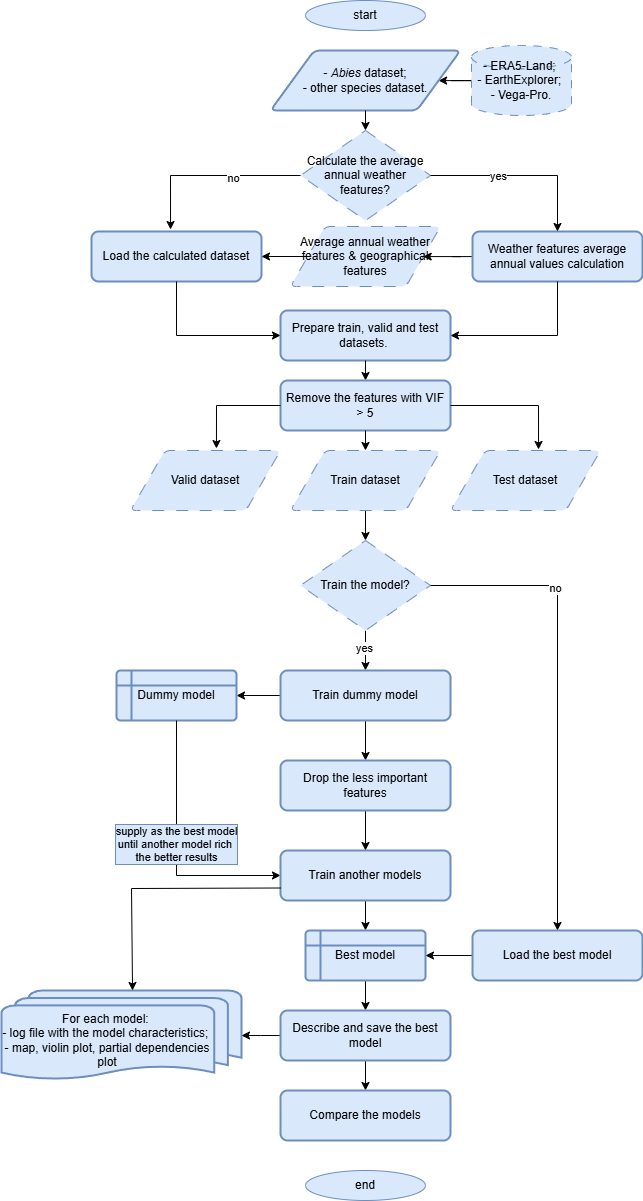
SawerBeetle/abies_area_modelling keeps this draw.io diagram as pipeline_current_area.drawio.png. Above is the earlier version. Source tidied: cells renumbered, new cells last; positions are measured from the earlier drawing's top-left corner, leaving out a move shared by most shapes.
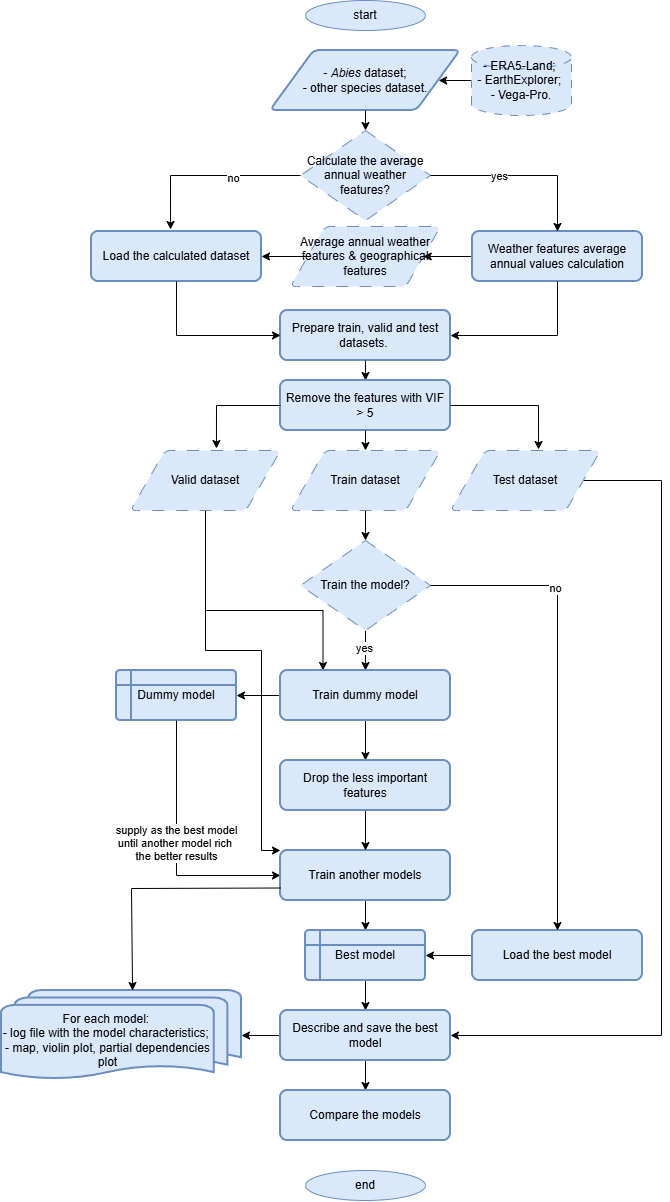
After the commit.

What changed in the source:
```diff
@@ -78,6 +78,14 @@
     <mxCell id="21" value="Remove the features with VIF &amp;gt; 5" style="rounded=1;whiteSpace=wrap;html=1;absoluteArcSize=1;arcSize=14;strokeWidth=2;fillColor=#dae8fc;strokeColor=#6c8ebf;" parent="1" vertex="1">
       <mxGeometry x="279" y="380" width="170" height="50" as="geometry" />
     </mxCell>
+    <mxCell id="55" style="edgeStyle=orthogonalEdgeStyle;rounded=0;jettySize=auto;html=1;entryX=1;entryY=0.5;entryDx=0;entryDy=0;" parent="1" edge="1" source="22" target="52">
+      <mxGeometry relative="1" as="geometry">
+        <Array as="points">
+          <mxPoint x="660" y="480" />
+          <mxPoint x="660" y="1035" />
+        </Array>
+      </mxGeometry>
+    </mxCell>
     <mxCell id="22" value="Test dataset" style="shape=parallelogram;html=1;strokeWidth=1;perimeter=parallelogramPerimeter;whiteSpace=wrap;rounded=1;arcSize=12;size=0.23;fillColor=#dae8fc;strokeColor=#6c8ebf;dashed=1;dashPattern=12 12;" parent="1" vertex="1">
       <mxGeometry x="449" y="450" width="150" height="60" as="geometry" />
     </mxCell>
@@ -87,6 +95,23 @@
     <mxCell id="24" value="Train dataset" style="shape=parallelogram;html=1;strokeWidth=1;perimeter=parallelogramPerimeter;whiteSpace=wrap;rounded=1;arcSize=12;size=0.23;fillColor=#dae8fc;strokeColor=#6c8ebf;dashed=1;dashPattern=12 12;" parent="1" vertex="1">
       <mxGeometry x="289" y="450" width="150" height="60" as="geometry" />
     </mxCell>
+    <mxCell id="56" style="edgeStyle=orthogonalEdgeStyle;rounded=0;jettySize=auto;html=1;entryX=0.25;entryY=0;entryDx=0;entryDy=0;" parent="1" edge="1" source="25" target="34">
+      <mxGeometry relative="1" as="geometry">
+        <Array as="points">
+          <mxPoint x="204" y="610" />
+          <mxPoint x="321.5" y="610" />
+        </Array>
+      </mxGeometry>
+    </mxCell>
+    <mxCell id="57" style="edgeStyle=orthogonalEdgeStyle;rounded=0;jettySize=auto;html=1;entryX=0;entryY=0;entryDx=0;entryDy=0;" parent="1" edge="1" source="25" target="39">
+      <mxGeometry relative="1" as="geometry">
+        <Array as="points">
+          <mxPoint x="204" y="650" />
+          <mxPoint x="260" y="650" />
+          <mxPoint x="260" y="850" />
+        </Array>
+      </mxGeometry>
+    </mxCell>
     <mxCell id="25" value="Valid dataset" style="shape=parallelogram;html=1;strokeWidth=1;perimeter=parallelogramPerimeter;whiteSpace=wrap;rounded=1;arcSize=12;size=0.23;fillColor=#dae8fc;strokeColor=#6c8ebf;dashed=1;dashPattern=12 12;" parent="1" vertex="1">
       <mxGeometry x="129" y="450" width="150" height="60" as="geometry" />
     </mxCell>
@@ -135,7 +160,7 @@
         </Array>
       </mxGeometry>
     </mxCell>
-    <mxCell id="37" value="supply as the best model&lt;div&gt;until another model rich&amp;nbsp;&lt;/div&gt;&lt;div&gt;the better results&lt;/div&gt;" style="edgeLabel;html=1;align=center;verticalAlign=middle;labelBackgroundColor=#dae8fc;labelBorderColor=#6c8ebf;" parent="36" vertex="1">
+    <mxCell id="37" value="supply as the best model&lt;div&gt;until another model rich&amp;nbsp;&lt;/div&gt;&lt;div&gt;the better results&lt;/div&gt;" style="edgeLabel;html=1;align=center;verticalAlign=middle;" parent="36" vertex="1">
       <mxGeometry x="-0.06" y="-1" relative="1" as="geometry" />
     </mxCell>
     <mxCell id="38" style="edgeStyle=orthogonalEdgeStyle;rounded=0;jettySize=auto;html=1;" parent="1" edge="1" source="39" target="41">
```
